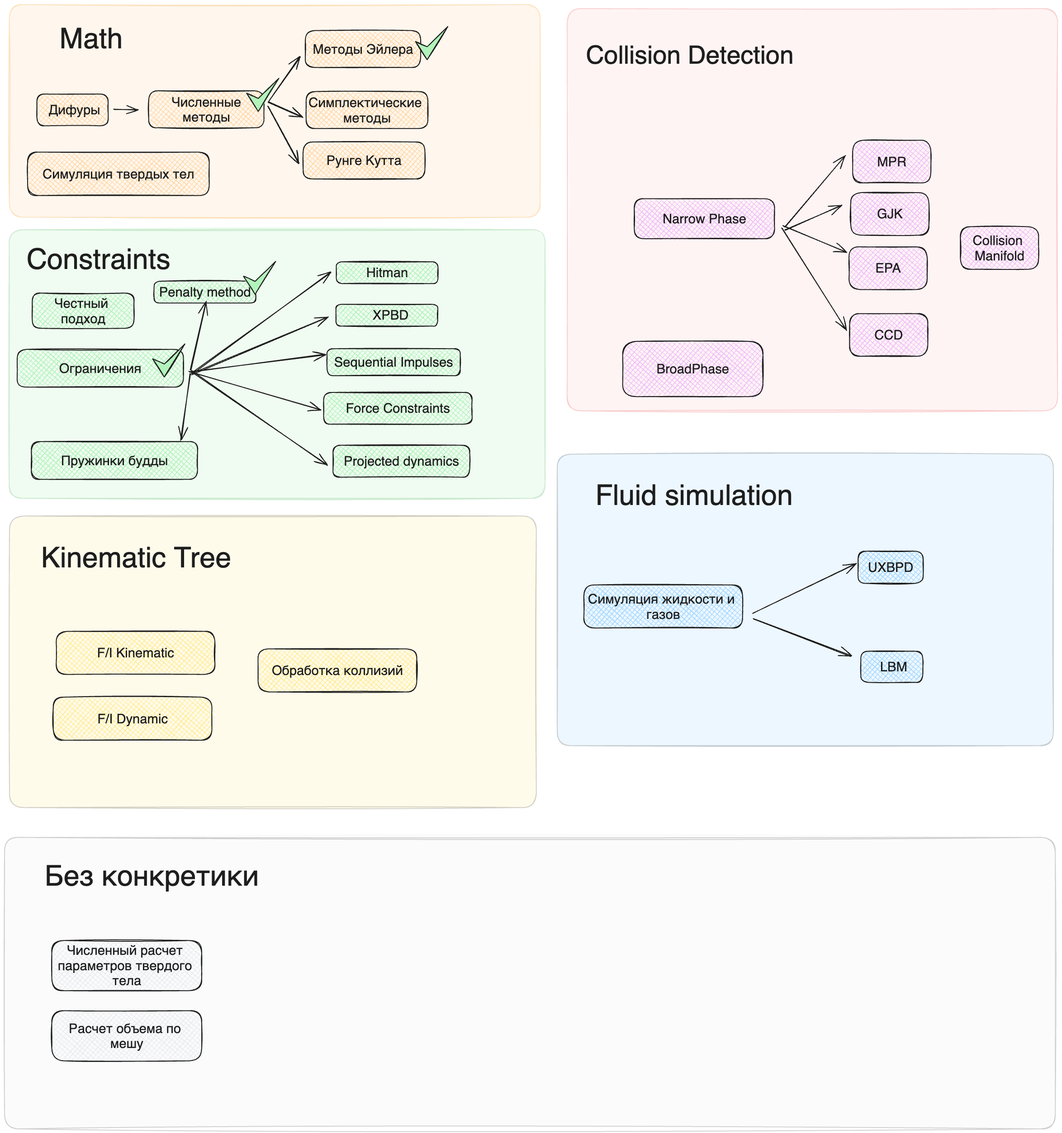
This is assets/images/main/lecture_plan.excalidraw.png from kozakromch/game_physics_2, a Excalidraw export, as it was before one commit. Source tidied: one line per element, renumbered; positions are measured from the earlier drawing's top-left corner, leaving out a move shared by most shapes.
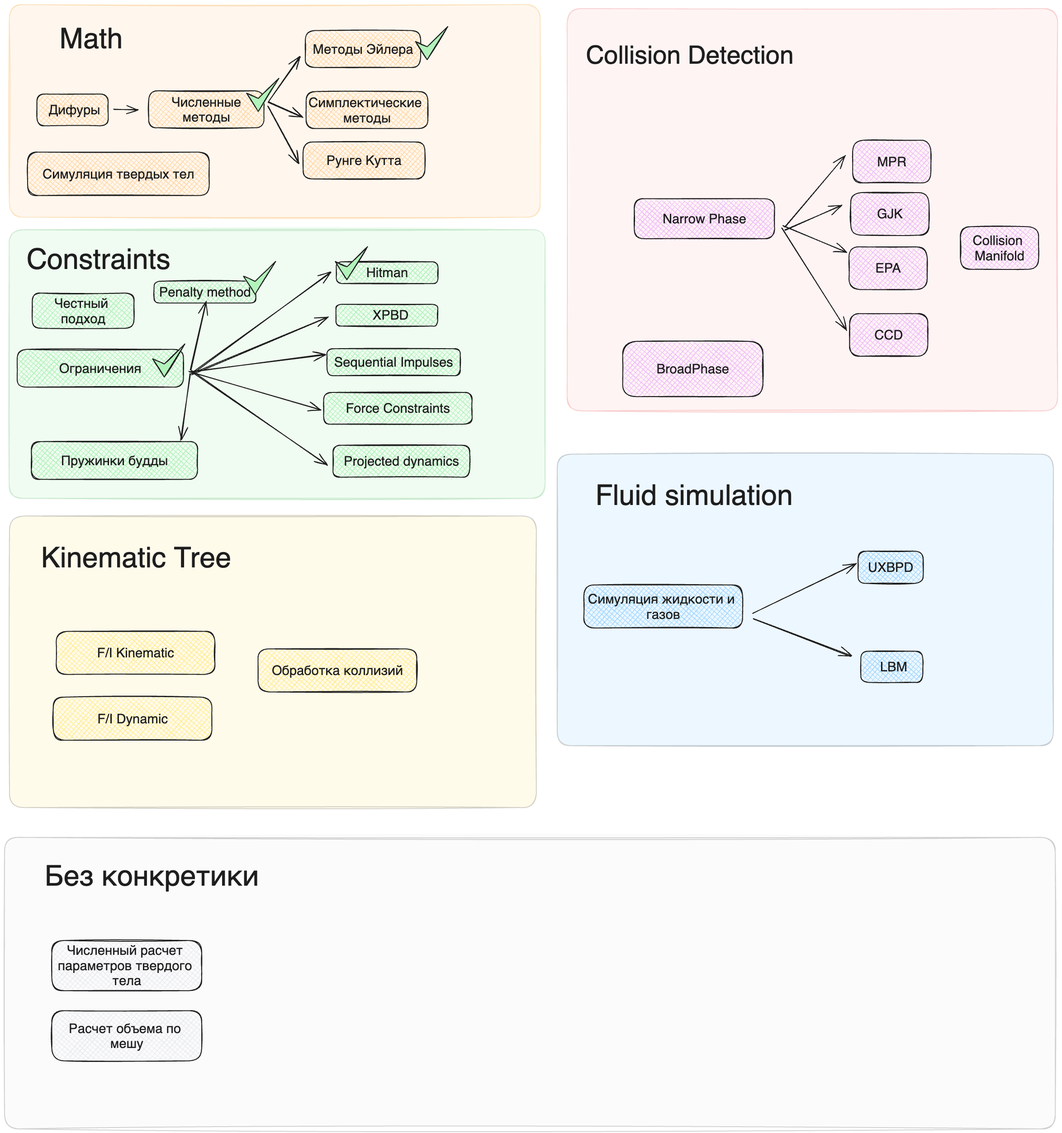
After the commit.

The edit, as a diff of the source:
```diff
@@ -91,3 +91,4 @@
 {"id": 90, "type": "line", "strokeColor": "#1e1e1e", "backgroundColor": "#b2f2bb", "fillStyle": "solid", "strokeWidth": 2, "roughness": 1, "x": 535, "y": 196, "width": 72, "height": 73, "points": [[0, 0], [26, 40], [72, -33], [26, 12], [0, 0]]}
 {"id": 91, "type": "line", "strokeColor": "#1e1e1e", "backgroundColor": "#b2f2bb", "fillStyle": "solid", "strokeWidth": 2, "roughness": 1, "x": 528, "y": 601, "width": 72, "height": 73, "points": [[0, 0], [26, 40], [72, -33], [26, 12], [0, 0]]}
 {"id": 92, "type": "line", "strokeColor": "#1e1e1e", "backgroundColor": "#b2f2bb", "fillStyle": "solid", "strokeWidth": 2, "roughness": 1, "x": 327, "y": 784, "width": 72, "height": 73, "points": [[0, 0], [26, 40], [72, -33], [26, 12], [0, 0]]}
+{"id": 93, "type": "line", "strokeColor": "#1e1e1e", "backgroundColor": "#b2f2bb", "fillStyle": "solid", "strokeWidth": 2, "roughness": 1, "x": 731, "y": 568, "width": 72, "height": 73, "points": [[0, 0], [26, 40], [72, -33], [26, 12], [0, 0]]}
```
